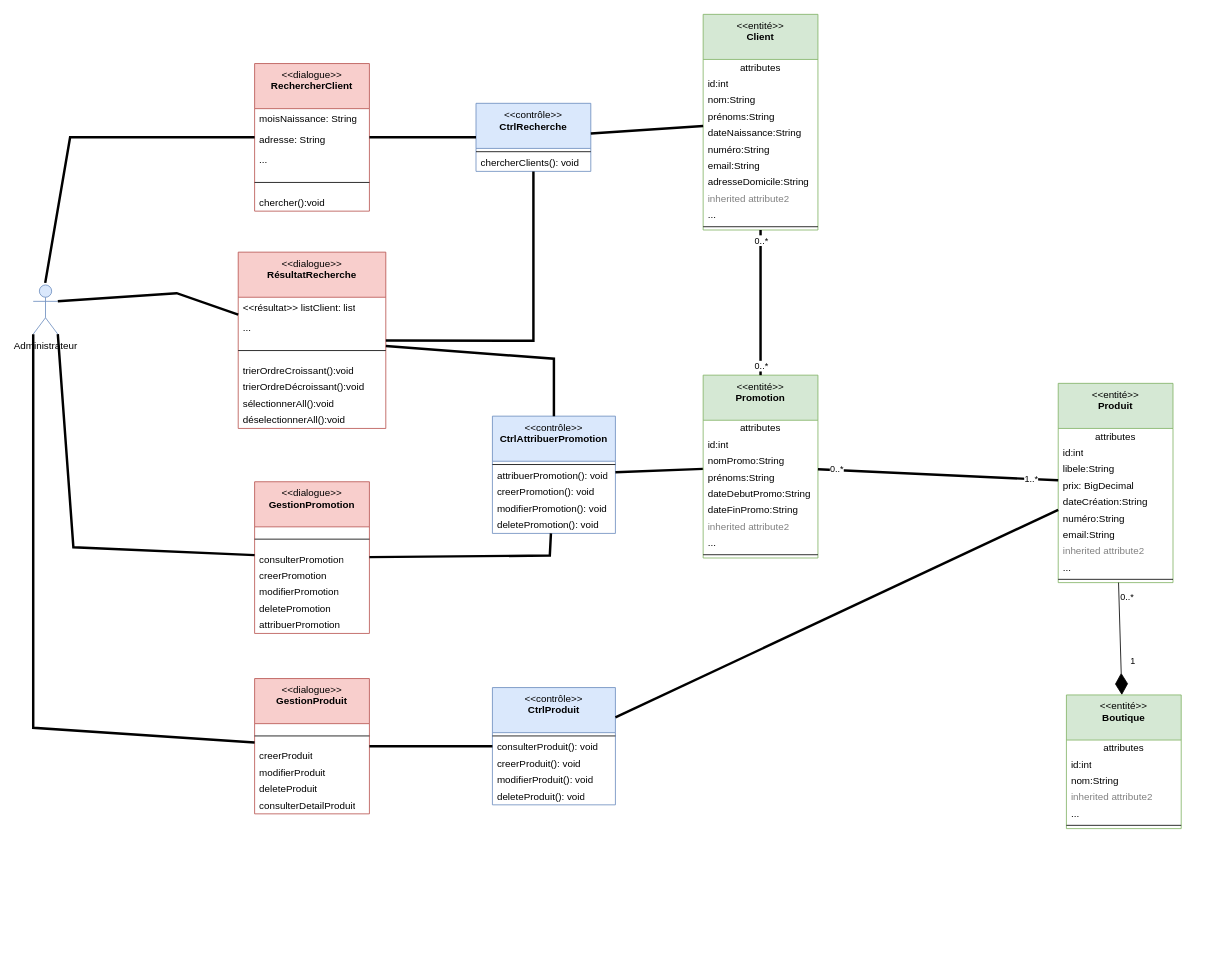
kbvac/Diagramme-UML keeps this draw.io diagram as Diagramme-dcp-katina.drawio. Above is the earlier version. Source tidied: cells renumbered, new cells numbered last; positions are measured from the earlier drawing's top-left corner, leaving out a move shared by most shapes. Both pictures are drawn from the tidied source at 82%, with x=0, y=0 at pixel (33, 14).
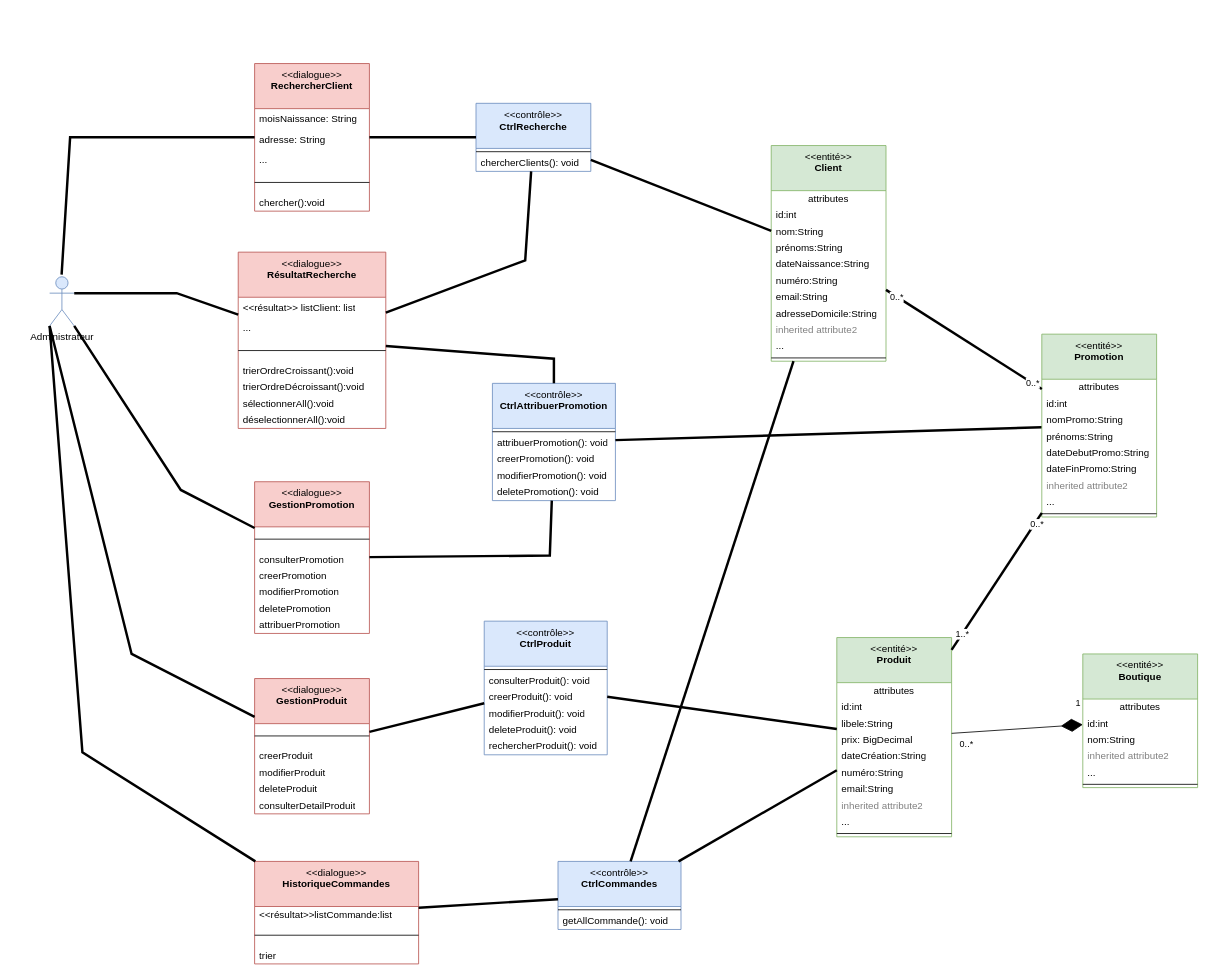
After the change.

Commit message:
Mettre à jour Diagramme-dcp-katina.drawio

Unchanged cells that the change refers to:
```xml
<mxCell id="9" value="&amp;lt;&amp;lt;dialogue&amp;gt;&amp;gt;&lt;br&gt;&lt;b&gt;RésultatRecherche&lt;/b&gt;" style="swimlane;fontStyle=0;align=center;verticalAlign=top;horizontal=1;startSize=55;html=1;whiteSpace=wrap;fillColor=#f8cecc;strokeColor=#b85450;" parent="1" vertex="1">
  <mxGeometry x="250" y="290" width="180" height="215" as="geometry" />
</mxCell>
<mxCell id="17" value="&amp;lt;&amp;lt;contrôle&amp;gt;&amp;gt;&lt;br&gt;&lt;b&gt;CtrlRecherche&lt;/b&gt;" style="swimlane;fontStyle=0;align=center;verticalAlign=top;horizontal=1;startSize=55;html=1;whiteSpace=wrap;fillColor=#dae8fc;strokeColor=#6c8ebf;" parent="1" vertex="1">
  <mxGeometry x="540" y="108.5" width="140" height="83" as="geometry" />
</mxCell>
<mxCell id="44" value="&amp;lt;&amp;lt;dialogue&amp;gt;&amp;gt;&lt;br&gt;&lt;b&gt;GestionPromotion&lt;/b&gt;" style="swimlane;fontStyle=0;align=center;verticalAlign=top;horizontal=1;startSize=55;html=1;whiteSpace=wrap;fillColor=#f8cecc;strokeColor=#b85450;" parent="1" vertex="1">
  <mxGeometry x="270" y="570" width="140" height="185" as="geometry" />
</mxCell>
<mxCell id="81" value="&amp;lt;&amp;lt;dialogue&amp;gt;&amp;gt;&lt;br&gt;&lt;b&gt;GestionProduit&lt;br&gt;&lt;/b&gt;" style="swimlane;fontStyle=0;align=center;verticalAlign=top;horizontal=1;startSize=55;html=1;whiteSpace=wrap;fillColor=#f8cecc;strokeColor=#b85450;" parent="1" vertex="1">
  <mxGeometry x="270" y="810" width="140" height="165" as="geometry" />
</mxCell>
```

The edit, as a diff of the source:
```diff
@@
     <mxCell id="2" value="Administrateur" style="shape=umlActor;verticalLabelPosition=bottom;verticalAlign=top;html=1;fillColor=#dae8fc;strokeColor=#6c8ebf;" parent="1" vertex="1">
-      <mxGeometry y="330" width="30" height="60" as="geometry" />
+      <mxGeometry x="20" y="320" width="30" height="60" as="geometry" />
     </mxCell>
@@
     <mxCell id="23" value="&amp;lt;&amp;lt;entité&amp;gt;&amp;gt;&lt;br&gt;&lt;b&gt;Client&lt;/b&gt;" style="swimlane;fontStyle=0;align=center;verticalAlign=top;horizontal=1;startSize=55;html=1;whiteSpace=wrap;fillColor=#d5e8d4;strokeColor=#82b366;" parent="1" vertex="1">
-      <mxGeometry x="817" width="140" height="263" as="geometry" />
+      <mxGeometry x="900" y="160" width="140" height="263" as="geometry" />
     </mxCell>
@@
     <mxCell id="36" style="endArrow=none;startArrow=none;endFill=0;startFill=0;endSize=8;html=1;verticalAlign=bottom;labelBackgroundColor=none;strokeWidth=3;rounded=0;" parent="1" edge="1" source="9" target="17">
       <mxGeometry relative="1" as="geometry">
         <Array as="points">
-          <mxPoint x="610" y="398" />
+          <mxPoint x="600" y="300" />
         </Array>
       </mxGeometry>
     </mxCell>
     <mxCell id="37" value="&amp;lt;&amp;lt;contrôle&amp;gt;&amp;gt;&lt;br&gt;&lt;b&gt;CtrlAttribuerPromotion&lt;/b&gt;" style="swimlane;fontStyle=0;align=center;verticalAlign=top;horizontal=1;startSize=55;html=1;whiteSpace=wrap;fillColor=#dae8fc;strokeColor=#6c8ebf;" parent="1" vertex="1">
-      <mxGeometry x="560" y="490" width="150" height="143" as="geometry" />
+      <mxGeometry x="560" y="450" width="150" height="143" as="geometry" />
     </mxCell>
@@
     <mxCell id="51" style="endArrow=none;startArrow=none;endFill=0;startFill=0;endSize=8;html=1;verticalAlign=bottom;labelBackgroundColor=none;strokeWidth=3;rounded=0;exitX=1;exitY=1;exitDx=0;exitDy=0;exitPerimeter=0;" parent="1" edge="1" source="2" target="44">
       <mxGeometry relative="1" as="geometry">
         <Array as="points">
-          <mxPoint x="49" y="650" />
+          <mxPoint x="180" y="580" />
         </Array>
       </mxGeometry>
     </mxCell>
@@
     <mxCell id="54" value="&amp;lt;&amp;lt;entité&amp;gt;&amp;gt;&lt;br&gt;&lt;b&gt;Promotion&lt;/b&gt;" style="swimlane;fontStyle=0;align=center;verticalAlign=top;horizontal=1;startSize=55;html=1;whiteSpace=wrap;fillColor=#d5e8d4;strokeColor=#82b366;" parent="1" vertex="1">
-      <mxGeometry x="817" y="440" width="140" height="223" as="geometry" />
+      <mxGeometry x="1230" y="390" width="140" height="223" as="geometry" />
     </mxCell>
@@
     <mxCell id="67" value="&amp;lt;&amp;lt;entité&amp;gt;&amp;gt;&lt;br&gt;&lt;b&gt;Produit&lt;/b&gt;" style="swimlane;fontStyle=0;align=center;verticalAlign=top;horizontal=1;startSize=55;html=1;whiteSpace=wrap;fillColor=#d5e8d4;strokeColor=#82b366;" parent="1" vertex="1">
-      <mxGeometry x="1250" y="450" width="140" height="243" as="geometry" />
+      <mxGeometry x="980" y="760" width="140" height="243" as="geometry" />
     </mxCell>
@@
     <mxCell id="87" style="endArrow=none;startArrow=none;endFill=0;startFill=0;endSize=8;html=1;verticalAlign=bottom;labelBackgroundColor=none;strokeWidth=3;rounded=0;exitX=0;exitY=1;exitDx=0;exitDy=0;exitPerimeter=0;" parent="1" edge="1" source="2" target="81">
       <mxGeometry relative="1" as="geometry">
         <Array as="points">
-          <mxPoint y="870" />
+          <mxPoint x="120" y="780" />
         </Array>
       </mxGeometry>
     </mxCell>
     <mxCell id="88" value="&amp;lt;&amp;lt;entité&amp;gt;&amp;gt;&lt;br&gt;&lt;b&gt;Boutique&lt;/b&gt;" style="swimlane;fontStyle=0;align=center;verticalAlign=top;horizontal=1;startSize=55;html=1;whiteSpace=wrap;fillColor=#d5e8d4;strokeColor=#82b366;" parent="1" vertex="1">
-      <mxGeometry x="1260" y="830" width="140" height="163" as="geometry" />
+      <mxGeometry x="1280" y="780" width="140" height="163" as="geometry" />
     </mxCell>
@@
     <mxCell id="98" value="&amp;lt;&amp;lt;contrôle&amp;gt;&amp;gt;&lt;br&gt;&lt;b&gt;CtrlProduit&lt;/b&gt;" style="swimlane;fontStyle=0;align=center;verticalAlign=top;horizontal=1;startSize=55;html=1;whiteSpace=wrap;fillColor=#dae8fc;strokeColor=#6c8ebf;" parent="1" vertex="1">
-      <mxGeometry x="560" y="821" width="150" height="143" as="geometry" />
+      <mxGeometry x="550" y="740" width="150" height="163" as="geometry" />
     </mxCell>
@@
+    <mxCell id="106" value="rechercherProduit(): void" style="text;html=1;strokeColor=none;fillColor=none;align=left;verticalAlign=middle;spacingLeft=4;spacingRight=4;overflow=hidden;whiteSpace=wrap;" parent="98" vertex="1">
+      <mxGeometry y="143" width="150" height="20" as="geometry" />
+    </mxCell>
@@
+    <mxCell id="107" value="&amp;lt;&amp;lt;dialogue&amp;gt;&amp;gt;&lt;br&gt;&lt;b&gt;HistoriqueCommandes&lt;br&gt;&lt;/b&gt;" style="swimlane;fontStyle=0;align=center;verticalAlign=top;horizontal=1;startSize=55;html=1;whiteSpace=wrap;fillColor=#f8cecc;strokeColor=#b85450;" parent="1" vertex="1">
+      <mxGeometry x="270" y="1033" width="200" height="125" as="geometry" />
+    </mxCell>
+    <mxCell id="108" value="&amp;lt;&amp;lt;résultat&amp;gt;&amp;gt;listCommande:list" style="text;html=1;strokeColor=none;fillColor=none;align=left;verticalAlign=middle;spacingLeft=4;spacingRight=4;overflow=hidden;whiteSpace=wrap;" parent="107" vertex="1">
+      <mxGeometry y="55" width="200" height="20" as="geometry" />
+    </mxCell>
+    <mxCell id="109" style="line;strokeWidth=1;fillColor=none;align=left;verticalAlign=middle;spacingTop=-1;spacingLeft=3;spacingRight=3;labelPosition=right;" parent="107" vertex="1">
+      <mxGeometry y="75" width="200" height="30" as="geometry" />
+    </mxCell>
+    <mxCell id="110" value="trier" style="text;html=1;strokeColor=none;fillColor=none;align=left;verticalAlign=middle;spacingLeft=4;spacingRight=4;overflow=hidden;whiteSpace=wrap;" parent="107" vertex="1">
+      <mxGeometry y="105" width="200" height="20" as="geometry" />
+    </mxCell>
+    <mxCell id="111" style="endArrow=none;startArrow=none;endFill=0;startFill=0;endSize=8;html=1;verticalAlign=bottom;labelBackgroundColor=none;strokeWidth=3;rounded=0;exitX=0;exitY=1;exitDx=0;exitDy=0;exitPerimeter=0;" parent="1" edge="1" source="2" target="107">
+      <mxGeometry relative="1" as="geometry">
+        <Array as="points">
+          <mxPoint x="60" y="900" />
+        </Array>
+      </mxGeometry>
+    </mxCell>
+    <mxCell id="112" value="&amp;lt;&amp;lt;contrôle&amp;gt;&amp;gt;&lt;br&gt;&lt;b&gt;CtrlCommandes&lt;/b&gt;" style="swimlane;fontStyle=0;align=center;verticalAlign=top;horizontal=1;startSize=55;html=1;whiteSpace=wrap;fillColor=#dae8fc;strokeColor=#6c8ebf;" parent="1" vertex="1">
+      <mxGeometry x="640" y="1033" width="150" height="83" as="geometry" />
+    </mxCell>
+    <mxCell id="113" style="line;strokeWidth=1;fillColor=none;align=left;verticalAlign=middle;spacingTop=-1;spacingLeft=3;spacingRight=3;labelPosition=right;" parent="112" vertex="1">
+      <mxGeometry y="55" width="150" height="8" as="geometry" />
+    </mxCell>
+    <mxCell id="114" value="getAllCommande(): void" style="text;html=1;strokeColor=none;fillColor=none;align=left;verticalAlign=middle;spacingLeft=4;spacingRight=4;overflow=hidden;whiteSpace=wrap;" parent="112" vertex="1">
+      <mxGeometry y="63" width="150" height="20" as="geometry" />
+    </mxCell>
+    <mxCell id="115" style="endArrow=none;startArrow=none;endFill=0;startFill=0;endSize=8;html=1;verticalAlign=bottom;labelBackgroundColor=none;strokeWidth=3;rounded=0;" parent="1" edge="1" source="107" target="112">
+      <mxGeometry relative="1" as="geometry" />
+    </mxCell>
+    <mxCell id="116" style="endArrow=none;startArrow=none;endFill=0;startFill=0;endSize=8;html=1;verticalAlign=bottom;labelBackgroundColor=none;strokeWidth=3;rounded=0;" parent="1" edge="1" source="112" target="67">
+      <mxGeometry relative="1" as="geometry" />
+    </mxCell>
+    <mxCell id="117" style="endArrow=none;startArrow=none;endFill=0;startFill=0;endSize=8;html=1;verticalAlign=bottom;labelBackgroundColor=none;strokeWidth=3;rounded=0;" parent="1" edge="1" source="112" target="23">
+      <mxGeometry relative="1" as="geometry" />
+    </mxCell>
```
